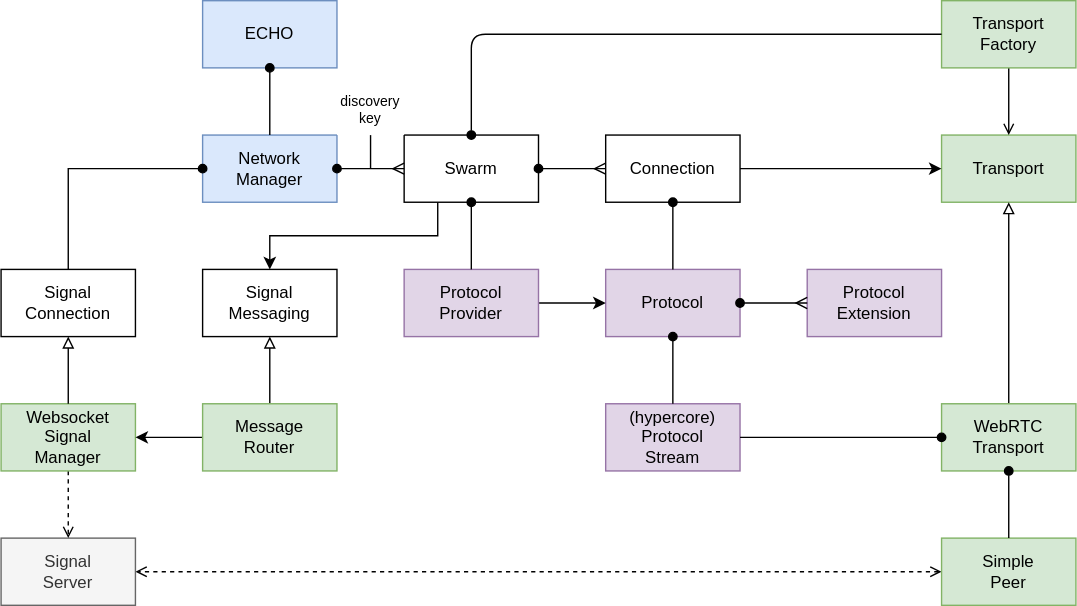
Above: docs/docs/design/diagrams/mesh-network-manager.drawio.svg in dxos/dxos (draw.io), before the change. Source tidied: cells renumbered, new cells last; positions are measured from the earlier drawing's top-left corner, leaving out a move shared by most shapes.
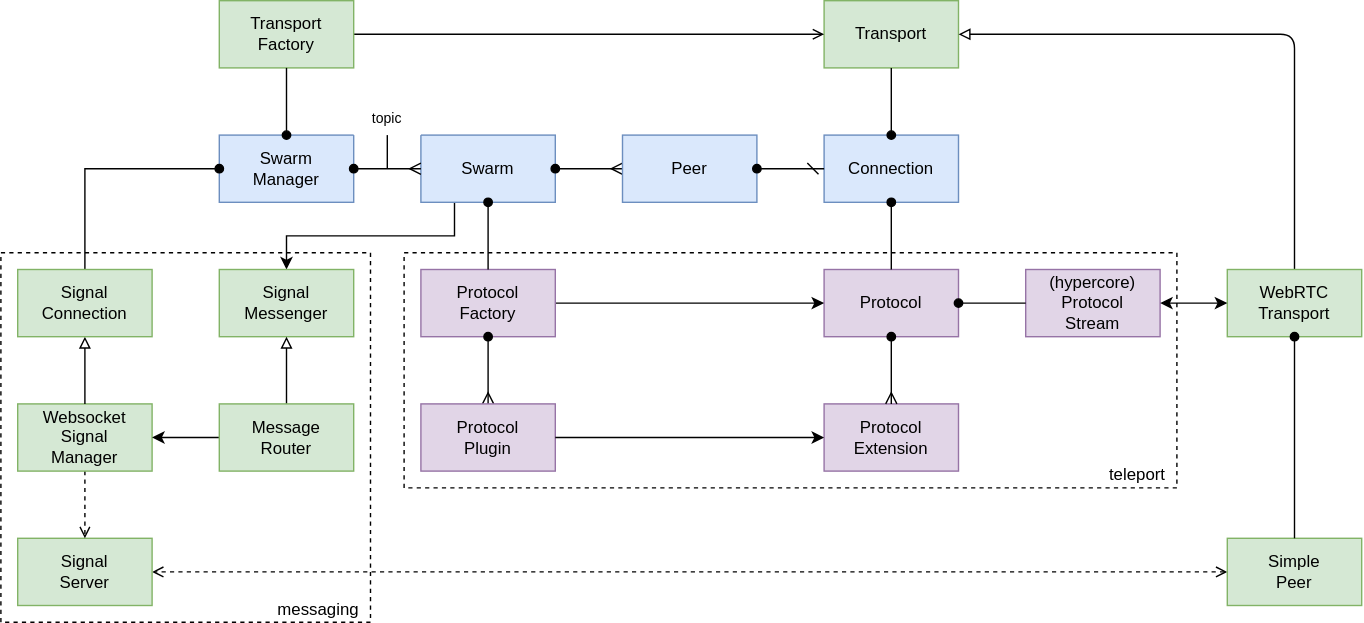
The same file after the commit.

What changed in the source:
```diff
@@ -2,31 +2,38 @@
   <root>
     <mxCell id="0" />
     <mxCell id="1" parent="0" />
+    <mxCell id="42" value="teleport" style="rounded=0;whiteSpace=wrap;html=1;dashed=1;fillColor=none;verticalAlign=bottom;align=right;spacingRight=6;" parent="1" vertex="1">
+      <mxGeometry x="276" y="180" width="552" height="168" as="geometry" />
+    </mxCell>
+    <mxCell id="43" value="messaging" style="rounded=0;whiteSpace=wrap;html=1;dashed=1;fillColor=none;verticalAlign=bottom;align=right;spacingRight=6;" parent="1" vertex="1">
+      <mxGeometry x="-12" y="180" width="264" height="264" as="geometry" />
+    </mxCell>
-    <mxCell id="2" value="Network&lt;br&gt;Manager" style="rounded=0;whiteSpace=wrap;html=1;fillColor=#dae8fc;strokeColor=#6c8ebf;" parent="1" vertex="1">
+    <mxCell id="2" value="Swarm&lt;br&gt;Manager" style="rounded=0;whiteSpace=wrap;html=1;fillColor=#dae8fc;strokeColor=#6c8ebf;" parent="1" vertex="1">
       <mxGeometry x="144" y="96" width="96" height="48" as="geometry" />
     </mxCell>
     <mxCell id="3" value="Transport" style="rounded=0;whiteSpace=wrap;html=1;fillColor=#d5e8d4;strokeColor=#82b366;" parent="1" vertex="1">
-      <mxGeometry x="672" y="96" width="96" height="48" as="geometry" />
+      <mxGeometry x="576" width="96" height="48" as="geometry" />
     </mxCell>
-    <mxCell id="4" style="edgeStyle=none;html=1;exitX=0.5;exitY=0;exitDx=0;exitDy=0;endArrow=block;endFill=0;entryX=0.5;entryY=1;entryDx=0;entryDy=0;" parent="1" edge="1" source="5" target="3">
-      <mxGeometry relative="1" as="geometry" />
+    <mxCell id="4" style="edgeStyle=none;html=1;exitX=0.5;exitY=0;exitDx=0;exitDy=0;endArrow=block;endFill=0;" parent="1" edge="1" source="5" target="3">
+      <mxGeometry relative="1" as="geometry">
+        <Array as="points">
+          <mxPoint x="912" y="24" />
+        </Array>
+      </mxGeometry>
     </mxCell>
     <mxCell id="5" value="WebRTC&lt;br&gt;Transport" style="rounded=0;whiteSpace=wrap;html=1;fillColor=#d5e8d4;strokeColor=#82b366;" parent="1" vertex="1">
-      <mxGeometry x="672" y="288" width="96" height="48" as="geometry" />
+      <mxGeometry x="864" y="192" width="96" height="48" as="geometry" />
     </mxCell>
     <mxCell id="6" style="edgeStyle=orthogonalEdgeStyle;rounded=0;html=1;exitX=0.25;exitY=1;exitDx=0;exitDy=0;entryX=0.5;entryY=0;entryDx=0;entryDy=0;endArrow=classic;endFill=1;" parent="1" edge="1" source="7" target="37">
       <mxGeometry relative="1" as="geometry" />
     </mxCell>
-    <mxCell id="7" value="Swarm" style="rounded=0;whiteSpace=wrap;html=1;" parent="1" vertex="1">
+    <mxCell id="7" value="Swarm" style="rounded=0;whiteSpace=wrap;html=1;fillColor=#dae8fc;strokeColor=#6c8ebf;" parent="1" vertex="1">
       <mxGeometry x="288" y="96" width="96" height="48" as="geometry" />
     </mxCell>
-    <mxCell id="8" style="edgeStyle=none;html=1;exitX=1;exitY=0.5;exitDx=0;exitDy=0;entryX=0;entryY=0.5;entryDx=0;entryDy=0;" parent="1" edge="1" source="9" target="3">
-      <mxGeometry relative="1" as="geometry" />
-    </mxCell>
-    <mxCell id="9" value="Connection" style="rounded=0;whiteSpace=wrap;html=1;" parent="1" vertex="1">
-      <mxGeometry x="432" y="96" width="96" height="48" as="geometry" />
+    <mxCell id="9" value="Connection" style="rounded=0;whiteSpace=wrap;html=1;fillColor=#dae8fc;strokeColor=#6c8ebf;" parent="1" vertex="1">
+      <mxGeometry x="576" y="96" width="96" height="48" as="geometry" />
     </mxCell>
-    <mxCell id="10" style="edgeStyle=none;html=1;exitX=1;exitY=0.5;exitDx=0;exitDy=0;endArrow=ERmany;endFill=0;startArrow=oval;startFill=1;" parent="1" edge="1" source="7" target="9">
+    <mxCell id="10" style="edgeStyle=none;html=1;exitX=1;exitY=0.5;exitDx=0;exitDy=0;endArrow=ERmany;endFill=0;startArrow=oval;startFill=1;entryX=0;entryY=0.5;entryDx=0;entryDy=0;" parent="1" edge="1" source="7" target="44">
       <mxGeometry relative="1" as="geometry" />
     </mxCell>
     <mxCell id="11" style="edgeStyle=none;html=1;exitX=1;exitY=0.5;exitDx=0;exitDy=0;entryX=0;entryY=0.5;entryDx=0;entryDy=0;startArrow=oval;startFill=1;endArrow=ERmany;endFill=0;" parent="1" edge="1" source="2" target="7">
@@ -36,12 +43,12 @@
       <mxGeometry relative="1" as="geometry" />
     </mxCell>
     <mxCell id="13" value="Simple&lt;br&gt;Peer" style="rounded=0;whiteSpace=wrap;html=1;fillColor=#d5e8d4;strokeColor=#82b366;" parent="1" vertex="1">
-      <mxGeometry x="672" y="384" width="96" height="48" as="geometry" />
+      <mxGeometry x="864" y="384" width="96" height="48" as="geometry" />
     </mxCell>
     <mxCell id="14" style="edgeStyle=none;html=1;exitX=0.5;exitY=1;exitDx=0;exitDy=0;entryX=0.5;entryY=0;entryDx=0;entryDy=0;startArrow=oval;startFill=1;endArrow=none;endFill=0;" parent="1" edge="1" source="5" target="13">
       <mxGeometry relative="1" as="geometry" />
     </mxCell>
-    <mxCell id="15" value="Signal&lt;br&gt;Server" style="rounded=0;whiteSpace=wrap;html=1;fillColor=#f5f5f5;fontColor=#333333;strokeColor=#666666;" parent="1" vertex="1">
+    <mxCell id="15" value="Signal&lt;br&gt;Server" style="rounded=0;whiteSpace=wrap;html=1;fillColor=#d5e8d4;strokeColor=#82b366;" parent="1" vertex="1">
       <mxGeometry y="384" width="96" height="48" as="geometry" />
     </mxCell>
     <mxCell id="16" style="edgeStyle=none;html=1;exitX=0.5;exitY=1;exitDx=0;exitDy=0;startArrow=none;startFill=0;endArrow=open;endFill=0;dashed=1;" parent="1" edge="1" source="17" target="15">
@@ -56,31 +63,25 @@
     <mxCell id="19" style="edgeStyle=orthogonalEdgeStyle;html=1;exitX=0;exitY=0.5;exitDx=0;exitDy=0;startArrow=oval;startFill=1;endArrow=none;endFill=0;rounded=0;entryX=0.5;entryY=0;entryDx=0;entryDy=0;" parent="1" edge="1" source="2" target="38">
       <mxGeometry relative="1" as="geometry" />
     </mxCell>
-    <mxCell id="20" value="ECHO" style="rounded=0;whiteSpace=wrap;html=1;fillColor=#dae8fc;strokeColor=#6c8ebf;" parent="1" vertex="1">
-      <mxGeometry x="144" width="96" height="48" as="geometry" />
-    </mxCell>
-    <mxCell id="21" style="edgeStyle=none;html=1;exitX=0.5;exitY=1;exitDx=0;exitDy=0;startArrow=oval;startFill=1;endArrow=none;endFill=0;" parent="1" edge="1" source="20" target="2">
-      <mxGeometry relative="1" as="geometry" />
-    </mxCell>
     <mxCell id="22" value="Protocol" style="rounded=0;whiteSpace=wrap;html=1;fillColor=#e1d5e7;strokeColor=#9673a6;" parent="1" vertex="1">
-      <mxGeometry x="432" y="192" width="96" height="48" as="geometry" />
+      <mxGeometry x="576" y="192" width="96" height="48" as="geometry" />
     </mxCell>
     <mxCell id="23" value="(hypercore)&lt;br&gt;Protocol&lt;br&gt;Stream" style="rounded=0;whiteSpace=wrap;html=1;fillColor=#e1d5e7;strokeColor=#9673a6;" parent="1" vertex="1">
-      <mxGeometry x="432" y="288" width="96" height="48" as="geometry" />
+      <mxGeometry x="720" y="192" width="96" height="48" as="geometry" />
     </mxCell>
-    <mxCell id="24" style="edgeStyle=none;html=1;exitX=0.5;exitY=1;exitDx=0;exitDy=0;entryX=0.5;entryY=0;entryDx=0;entryDy=0;endArrow=none;endFill=0;startArrow=oval;startFill=1;" parent="1" edge="1" source="22" target="23">
+    <mxCell id="24" style="edgeStyle=none;html=1;endArrow=none;endFill=0;startArrow=oval;startFill=1;" parent="1" edge="1" source="22" target="23">
       <mxGeometry relative="1" as="geometry" />
     </mxCell>
-    <mxCell id="25" style="edgeStyle=none;html=1;exitX=0.5;exitY=1;exitDx=0;exitDy=0;startArrow=none;startFill=0;endArrow=open;endFill=0;" parent="1" edge="1" source="26" target="3">
+    <mxCell id="25" style="edgeStyle=none;html=1;startArrow=none;startFill=0;endArrow=open;endFill=0;" parent="1" edge="1" source="26" target="3">
       <mxGeometry relative="1" as="geometry" />
     </mxCell>
     <mxCell id="26" value="Transport&lt;br&gt;Factory" style="rounded=0;whiteSpace=wrap;html=1;fillColor=#d5e8d4;strokeColor=#82b366;" parent="1" vertex="1">
-      <mxGeometry x="672" width="96" height="48" as="geometry" />
+      <mxGeometry x="144" width="96" height="48" as="geometry" />
     </mxCell>
     <mxCell id="27" style="edgeStyle=none;html=1;exitX=1;exitY=0.5;exitDx=0;exitDy=0;entryX=0;entryY=0.5;entryDx=0;entryDy=0;startArrow=none;startFill=0;endArrow=classic;endFill=1;" parent="1" edge="1" source="28" target="22">
       <mxGeometry relative="1" as="geometry" />
     </mxCell>
-    <mxCell id="28" value="Protocol&lt;br&gt;Provider" style="rounded=0;whiteSpace=wrap;html=1;fillColor=#e1d5e7;strokeColor=#9673a6;" parent="1" vertex="1">
+    <mxCell id="28" value="Protocol&lt;br&gt;Factory" style="rounded=0;whiteSpace=wrap;html=1;fillColor=#e1d5e7;strokeColor=#9673a6;" parent="1" vertex="1">
       <mxGeometry x="288" y="192" width="96" height="48" as="geometry" />
     </mxCell>
     <mxCell id="29" style="edgeStyle=none;html=1;exitX=0.5;exitY=1;exitDx=0;exitDy=0;entryX=0.5;entryY=0;entryDx=0;entryDy=0;startArrow=oval;startFill=1;endArrow=none;endFill=0;" parent="1" edge="1" source="7" target="28">
@@ -89,34 +90,30 @@
     <mxCell id="30" style="edgeStyle=none;html=1;exitX=0.5;exitY=1;exitDx=0;exitDy=0;startArrow=oval;startFill=1;endArrow=none;endFill=0;" parent="1" edge="1" source="9" target="22">
       <mxGeometry relative="1" as="geometry" />
     </mxCell>
-    <mxCell id="31" style="edgeStyle=none;html=1;exitX=0;exitY=0.5;exitDx=0;exitDy=0;entryX=1;entryY=0.5;entryDx=0;entryDy=0;startArrow=oval;startFill=1;endArrow=none;endFill=0;" parent="1" edge="1" source="5" target="23">
+    <mxCell id="31" style="edgeStyle=none;html=1;exitX=0;exitY=0.5;exitDx=0;exitDy=0;startArrow=classic;startFill=1;endArrow=classic;endFill=1;" parent="1" edge="1" source="5" target="23">
       <mxGeometry relative="1" as="geometry" />
     </mxCell>
-    <mxCell id="32" style="edgeStyle=none;html=1;exitX=0.5;exitY=0;exitDx=0;exitDy=0;entryX=0;entryY=0.5;entryDx=0;entryDy=0;startArrow=oval;startFill=1;endArrow=none;endFill=0;" parent="1" edge="1" source="7" target="26">
-      <mxGeometry relative="1" as="geometry">
-        <Array as="points">
-          <mxPoint x="336" y="24" />
-        </Array>
-      </mxGeometry>
+    <mxCell id="32" style="edgeStyle=none;html=1;exitX=0.5;exitY=0;exitDx=0;exitDy=0;startArrow=oval;startFill=1;endArrow=none;endFill=0;" parent="1" edge="1" source="2" target="26">
+      <mxGeometry relative="1" as="geometry" />
     </mxCell>
     <mxCell id="33" style="edgeStyle=orthogonalEdgeStyle;rounded=0;jettySize=auto;html=1;exitX=0.5;exitY=1;exitDx=0;exitDy=0;endArrow=none;endFill=0;" parent="1" edge="1" source="34">
       <mxGeometry relative="1" as="geometry">
         <mxPoint x="264" y="120" as="targetPoint" />
       </mxGeometry>
     </mxCell>
-    <mxCell id="34" value="discovery&lt;br style=&quot;font-size: 10px;&quot;&gt;key" style="rounded=0;whiteSpace=wrap;html=1;strokeColor=none;fontSize=10;" parent="1" vertex="1">
-      <mxGeometry x="240" y="60" width="48" height="36" as="geometry" />
+    <mxCell id="34" value="topic" style="rounded=0;whiteSpace=wrap;html=1;strokeColor=none;fontSize=10;" parent="1" vertex="1">
+      <mxGeometry x="240" y="72" width="48" height="24" as="geometry" />
     </mxCell>
     <mxCell id="35" value="Protocol&lt;br&gt;Extension" style="rounded=0;whiteSpace=wrap;html=1;fillColor=#e1d5e7;strokeColor=#9673a6;" parent="1" vertex="1">
-      <mxGeometry x="576" y="192" width="96" height="48" as="geometry" />
+      <mxGeometry x="576" y="288" width="96" height="48" as="geometry" />
     </mxCell>
-    <mxCell id="36" style="edgeStyle=orthogonalEdgeStyle;rounded=0;jettySize=auto;html=1;exitX=1;exitY=0.5;exitDx=0;exitDy=0;entryX=0;entryY=0.5;entryDx=0;entryDy=0;startArrow=oval;startFill=1;endArrow=ERmany;endFill=0;" parent="1" edge="1" source="22" target="35">
+    <mxCell id="36" style="edgeStyle=orthogonalEdgeStyle;rounded=0;jettySize=auto;html=1;startArrow=oval;startFill=1;endArrow=ERmany;endFill=0;" parent="1" edge="1" source="22" target="35">
       <mxGeometry relative="1" as="geometry" />
     </mxCell>
-    <mxCell id="37" value="Signal&lt;br&gt;Messaging" style="rounded=0;whiteSpace=wrap;html=1;" parent="1" vertex="1">
+    <mxCell id="37" value="Signal&lt;br&gt;Messenger" style="rounded=0;whiteSpace=wrap;html=1;fillColor=#d5e8d4;strokeColor=#82b366;" parent="1" vertex="1">
       <mxGeometry x="144" y="192" width="96" height="48" as="geometry" />
     </mxCell>
-    <mxCell id="38" value="Signal&lt;br&gt;Connection" style="rounded=0;whiteSpace=wrap;html=1;" parent="1" vertex="1">
+    <mxCell id="38" value="Signal&lt;br&gt;Connection" style="rounded=0;whiteSpace=wrap;html=1;fillColor=#d5e8d4;strokeColor=#82b366;" parent="1" vertex="1">
       <mxGeometry y="192" width="96" height="48" as="geometry" />
     </mxCell>
     <mxCell id="39" style="edgeStyle=none;rounded=0;html=1;exitX=0.5;exitY=0;exitDx=0;exitDy=0;endArrow=block;endFill=0;" parent="1" edge="1" source="41" target="37">
@@ -128,5 +125,23 @@
     <mxCell id="41" value="Message&lt;br&gt;Router" style="rounded=0;whiteSpace=wrap;html=1;fillColor=#d5e8d4;strokeColor=#82b366;" parent="1" vertex="1">
       <mxGeometry x="144" y="288" width="96" height="48" as="geometry" />
     </mxCell>
+    <mxCell id="44" value="Peer" style="rounded=0;whiteSpace=wrap;html=1;fillColor=#dae8fc;strokeColor=#6c8ebf;" parent="1" vertex="1">
+      <mxGeometry x="432" y="96" width="96" height="48" as="geometry" />
+    </mxCell>
+    <mxCell id="45" style="edgeStyle=none;html=1;exitX=1;exitY=0.5;exitDx=0;exitDy=0;entryX=0;entryY=0.5;entryDx=0;entryDy=0;startArrow=oval;startFill=1;endArrow=dash;endFill=0;" parent="1" edge="1" source="44" target="9">
+      <mxGeometry relative="1" as="geometry" />
+    </mxCell>
+    <mxCell id="46" style="edgeStyle=orthogonalEdgeStyle;rounded=0;jettySize=auto;html=1;exitX=0.5;exitY=1;exitDx=0;exitDy=0;startArrow=oval;startFill=1;endArrow=ERmany;endFill=0;entryX=0.5;entryY=0;entryDx=0;entryDy=0;" parent="1" edge="1" source="28" target="47">
+      <mxGeometry relative="1" as="geometry" />
+    </mxCell>
+    <mxCell id="47" value="Protocol&lt;br&gt;Plugin" style="rounded=0;whiteSpace=wrap;html=1;fillColor=#e1d5e7;strokeColor=#9673a6;" parent="1" vertex="1">
+      <mxGeometry x="288" y="288" width="96" height="48" as="geometry" />
+    </mxCell>
+    <mxCell id="48" style="edgeStyle=none;html=1;startArrow=none;startFill=0;endArrow=classic;endFill=1;" parent="1" edge="1" source="47" target="35">
+      <mxGeometry relative="1" as="geometry" />
+    </mxCell>
+    <mxCell id="8" style="edgeStyle=none;html=1;exitX=0.5;exitY=0;exitDx=0;exitDy=0;startArrow=oval;startFill=1;endArrow=none;endFill=0;" parent="1" edge="1" source="9" target="3">
+      <mxGeometry relative="1" as="geometry" />
+    </mxCell>
   </root>
 </mxGraphModel>
```
